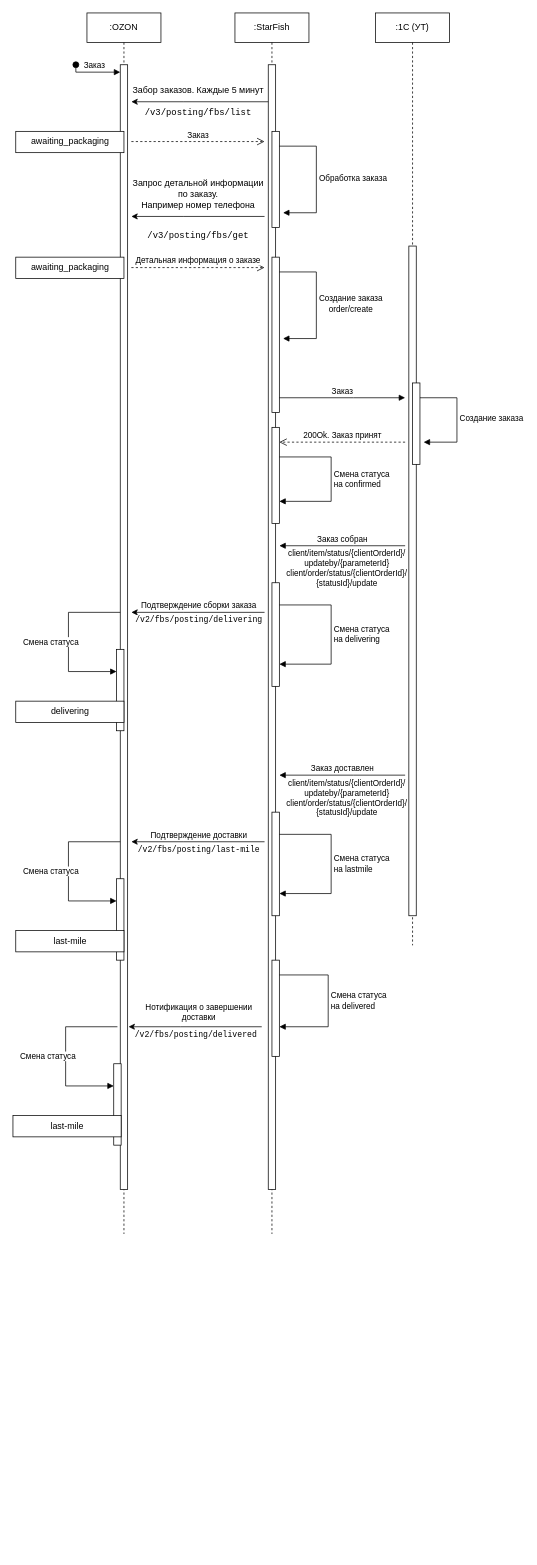
yanelena/diagrams keeps this draw.io diagram as page "Страница 11" (11 of 12) of education.drawio. Above is the earlier version. Source tidied: cells renumbered, new cells numbered last; positions are measured from the earlier drawing's top-left corner, leaving out a move shared by most shapes. Both pictures are drawn from the tidied source at 74%, with x=0, y=0 at pixel (13, 13).
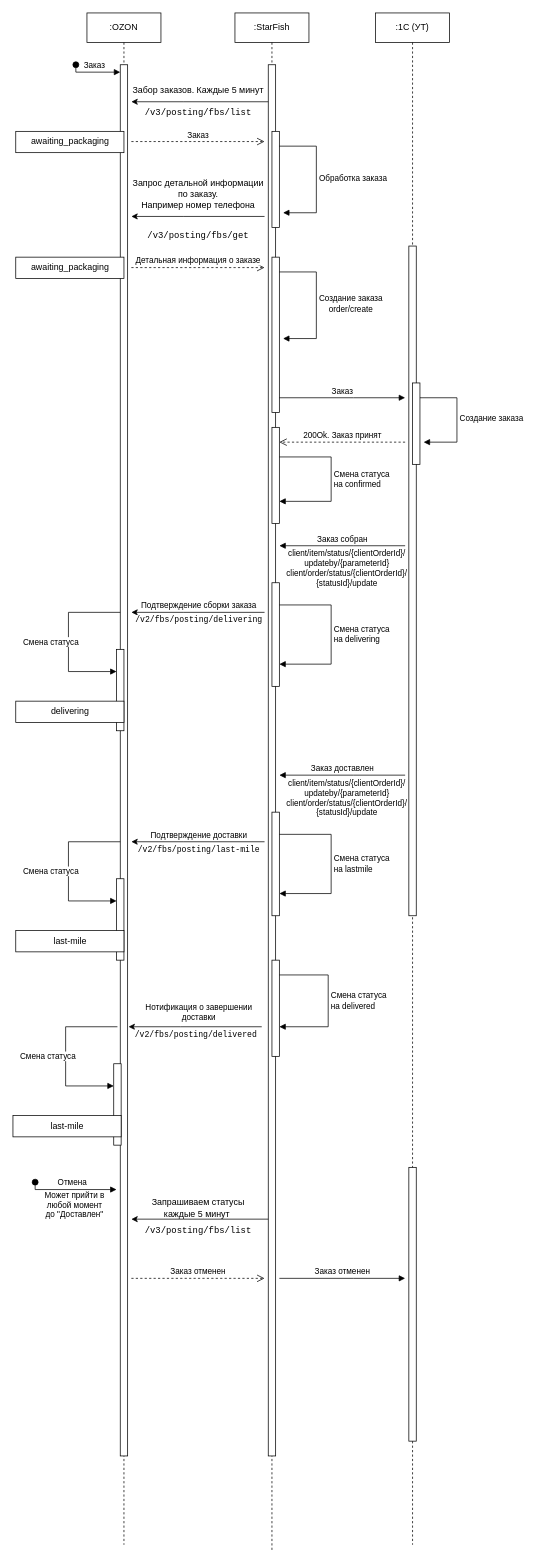
The same page after the edit.

Change to the diagram source:
```diff
@@
     <mxCell id="2" value=":StarFish" style="shape=umlLifeline;perimeter=lifelinePerimeter;whiteSpace=wrap;html=1;newEdgeStyle={&quot;edgeStyle&quot;:&quot;elbowEdgeStyle&quot;,&quot;elbow&quot;:&quot;vertical&quot;,&quot;curved&quot;:0,&quot;rounded&quot;:0};" parent="1" vertex="1">
-      <mxGeometry x="300" width="100" height="1650" as="geometry" />
+      <mxGeometry x="300" width="100" height="2080" as="geometry" />
     </mxCell>
     <mxCell id="3" style="html=1;points=[];perimeter=orthogonalPerimeter;outlineConnect=0;targetShapes=umlLifeline;portConstraint=eastwest;newEdgeStyle={&quot;edgeStyle&quot;:&quot;elbowEdgeStyle&quot;,&quot;elbow&quot;:&quot;vertical&quot;,&quot;curved&quot;:0,&quot;rounded&quot;:0};" parent="2" vertex="1">
-      <mxGeometry x="45" y="70" width="10" height="1520" as="geometry" />
+      <mxGeometry x="45" y="70" width="10" height="1880" as="geometry" />
     </mxCell>
@@
     <mxCell id="13" value=":1C (УТ)" style="shape=umlLifeline;perimeter=lifelinePerimeter;whiteSpace=wrap;html=1;newEdgeStyle={&quot;edgeStyle&quot;:&quot;elbowEdgeStyle&quot;,&quot;elbow&quot;:&quot;vertical&quot;,&quot;curved&quot;:0,&quot;rounded&quot;:0};" parent="1" vertex="1">
-      <mxGeometry x="490" width="100" height="1260" as="geometry" />
+      <mxGeometry x="490" width="100" height="2070" as="geometry" />
     </mxCell>
@@
     <mxCell id="16" value=":OZON" style="shape=umlLifeline;perimeter=lifelinePerimeter;whiteSpace=wrap;html=1;newEdgeStyle={&quot;edgeStyle&quot;:&quot;elbowEdgeStyle&quot;,&quot;elbow&quot;:&quot;vertical&quot;,&quot;curved&quot;:0,&quot;rounded&quot;:0};" parent="1" vertex="1">
-      <mxGeometry x="100" width="100" height="1650" as="geometry" />
+      <mxGeometry x="100" width="100" height="2070" as="geometry" />
     </mxCell>
     <mxCell id="17" style="html=1;points=[];perimeter=orthogonalPerimeter;outlineConnect=0;targetShapes=umlLifeline;portConstraint=eastwest;newEdgeStyle={&quot;edgeStyle&quot;:&quot;elbowEdgeStyle&quot;,&quot;elbow&quot;:&quot;vertical&quot;,&quot;curved&quot;:0,&quot;rounded&quot;:0};" parent="16" vertex="1">
-      <mxGeometry x="45" y="70" width="10" height="1520" as="geometry" />
+      <mxGeometry x="45" y="70" width="10" height="1880" as="geometry" />
     </mxCell>
@@
+    <mxCell id="57" value="Отмена" style="html=1;verticalAlign=bottom;startArrow=oval;endArrow=block;startSize=8;edgeStyle=elbowEdgeStyle;elbow=vertical;curved=0;rounded=0;" parent="1" edge="1">
+      <mxGeometry relative="1" as="geometry">
+        <mxPoint x="30" y="1580" as="sourcePoint" />
+        <mxPoint x="140" y="1590" as="targetPoint" />
+        <Array as="points">
+          <mxPoint x="85" y="1590" />
+        </Array>
+      </mxGeometry>
+    </mxCell>
+    <mxCell id="58" value="Может прийти в &lt;br&gt;любой момент &lt;br&gt;до &quot;Доставлен&quot;" style="edgeLabel;html=1;align=center;verticalAlign=middle;" parent="57" vertex="1">
+      <mxGeometry x="0.04" y="-1" relative="1" as="geometry">
+        <mxPoint y="19" as="offset" />
+      </mxGeometry>
+    </mxCell>
+    <mxCell id="59" style="endArrow=classic;html=1;rounded=0;" parent="1" edge="1">
+      <mxGeometry relative="1" as="geometry">
+        <mxPoint x="345" y="1630" as="sourcePoint" />
+        <mxPoint x="160" y="1630" as="targetPoint" />
+        <Array as="points">
+          <mxPoint x="230" y="1630" />
+        </Array>
+      </mxGeometry>
+    </mxCell>
+    <mxCell id="60" value="Запрашиваем статусы &lt;br&gt;каждые 5 минут&amp;nbsp;" style="text;html=1;align=center;verticalAlign=middle;strokeColor=none;fillColor=none;" parent="1" vertex="1">
+      <mxGeometry x="175" y="1595" width="150" height="40" as="geometry" />
+    </mxCell>
+    <mxCell id="61" value="&lt;code&gt;/v3/posting/fbs/list&lt;/code&gt;" style="text;html=1;align=center;verticalAlign=middle;strokeColor=none;fillColor=none;" parent="1" vertex="1">
+      <mxGeometry x="170" y="1630" width="160" height="30" as="geometry" />
+    </mxCell>
+    <mxCell id="62" value="Заказ отменен" style="html=1;verticalAlign=bottom;endArrow=open;dashed=1;endSize=8;elbow=vertical;rounded=0;" parent="1" edge="1">
+      <mxGeometry relative="1" as="geometry">
+        <mxPoint x="160" y="1710" as="sourcePoint" />
+        <mxPoint x="340" y="1710" as="targetPoint" />
+        <Array as="points">
+          <mxPoint x="190" y="1710" />
+          <mxPoint x="300" y="1710" />
+        </Array>
+      </mxGeometry>
+    </mxCell>
+    <mxCell id="63" style="html=1;perimeter=orthogonalPerimeter;targetShapes=umlLifeline;newEdgeStyle={&quot;edgeStyle&quot;:&quot;elbowEdgeStyle&quot;,&quot;elbow&quot;:&quot;vertical&quot;,&quot;curved&quot;:0,&quot;rounded&quot;:0};" parent="1" vertex="1">
+      <mxGeometry x="535" y="1560" width="10" height="370" as="geometry" />
+    </mxCell>
+    <mxCell id="64" value="Заказ отменен" style="html=1;verticalAlign=bottom;endArrow=block;edgeStyle=elbowEdgeStyle;elbow=vertical;curved=0;rounded=0;" parent="1" edge="1">
+      <mxGeometry relative="1" as="geometry">
+        <mxPoint x="360" y="1710" as="sourcePoint" />
+        <mxPoint x="530" y="1710" as="targetPoint" />
+        <Array as="points">
+          <mxPoint x="460" y="1710" />
+        </Array>
+      </mxGeometry>
+    </mxCell>
```
